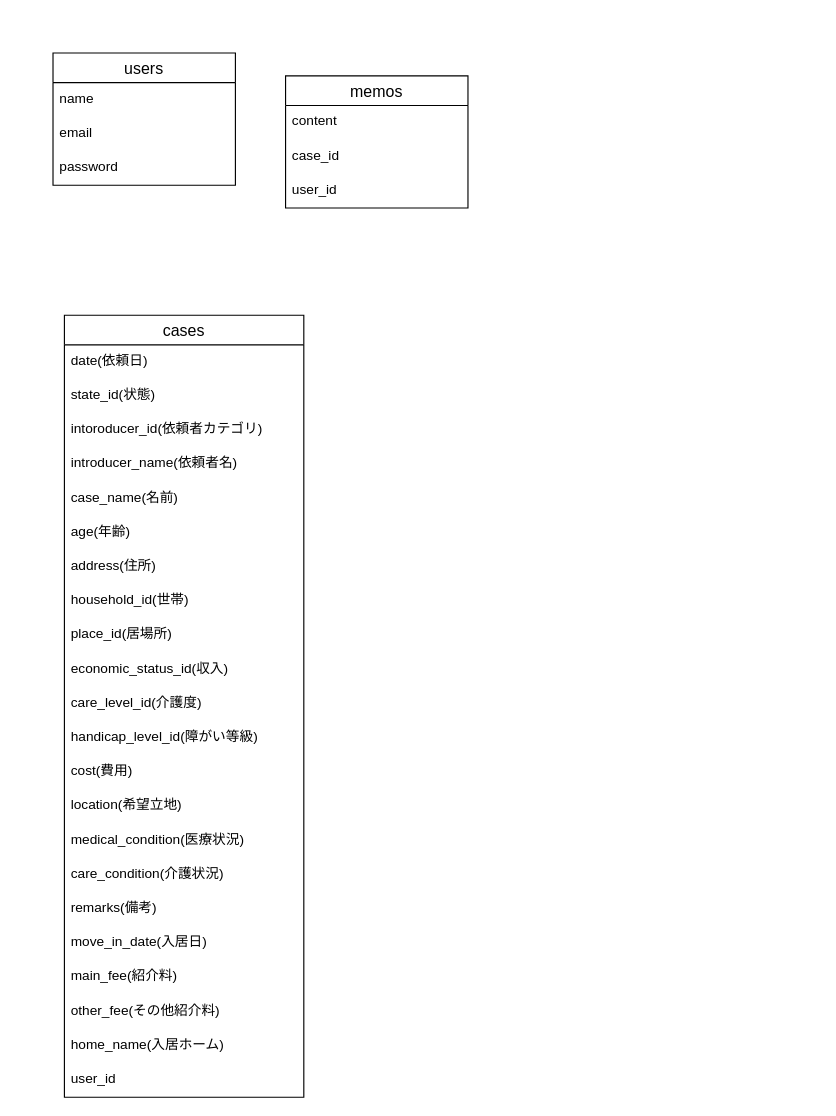
The draw.io diagram ER.dio in aya-tsubono/tough-managers, before the edit. Source tidied: cells renumbered, new cells numbered last; positions are measured from the earlier drawing's top-left corner, leaving out a move shared by most shapes. Both pictures are drawn from the tidied source at 114%, with x=0, y=0 at pixel (52, 52).
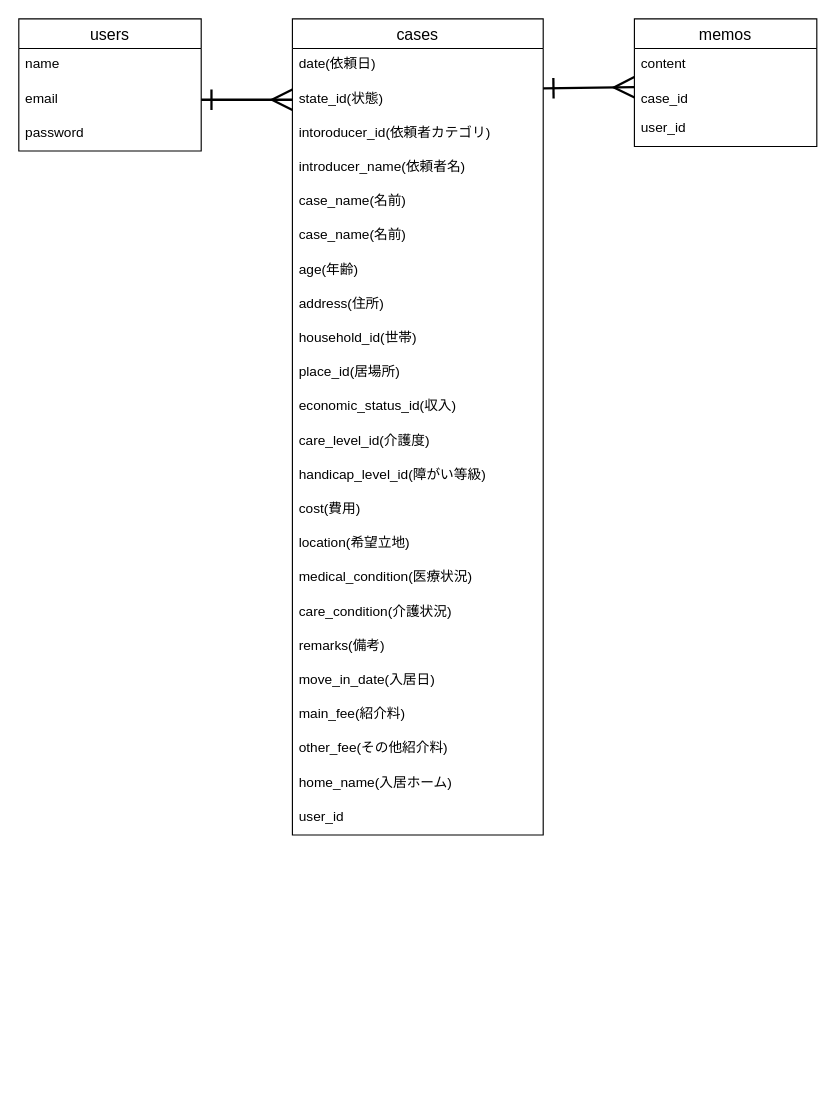
The same diagram, later.

Commit message:
アソシエーションの追加

The change refers to these unchanged cells:
```xml
<mxCell id="4" value="email" style="text;strokeColor=none;fillColor=none;spacingLeft=4;spacingRight=4;overflow=hidden;points=[[0,0.5],[1,0.5]];portConstraint=eastwest;fontSize=12;" parent="2" vertex="1">
  <mxGeometry y="56" width="160" height="30" as="geometry" />
</mxCell>
```

Change to the diagram source:
```diff
@@
     <mxCell id="2" value="users" style="swimlane;fontStyle=0;horizontal=1;startSize=26;align=center;fontSize=14;" parent="1" vertex="1">
-      <mxGeometry width="160" height="116" as="geometry" />
+      <mxGeometry x="-30" y="-30" width="160" height="116" as="geometry" />
     </mxCell>
@@
     <mxCell id="6" value="cases" style="swimlane;fontStyle=0;horizontal=1;startSize=26;align=center;fontSize=14;" parent="1" vertex="1">
-      <mxGeometry x="10" y="230" width="210" height="686" as="geometry" />
+      <mxGeometry x="210" y="-30" width="220" height="716" as="geometry" />
     </mxCell>
     <mxCell id="7" value="date(依頼日)" style="text;strokeColor=none;fillColor=none;spacingLeft=4;spacingRight=4;overflow=hidden;fontSize=12;" parent="6" vertex="1">
-      <mxGeometry y="26" width="210" height="30" as="geometry" />
+      <mxGeometry y="26" width="220" height="30" as="geometry" />
     </mxCell>
     <mxCell id="8" value="state_id(状態)" style="text;strokeColor=none;fillColor=none;spacingLeft=4;spacingRight=4;overflow=hidden;points=[[0,0.5],[1,0.5]];portConstraint=eastwest;fontSize=12;" parent="6" vertex="1">
-      <mxGeometry y="56" width="210" height="30" as="geometry" />
+      <mxGeometry y="56" width="220" height="30" as="geometry" />
     </mxCell>
     <mxCell id="9" value="intoroducer_id(依頼者カテゴリ)" style="text;strokeColor=none;fillColor=none;spacingLeft=4;spacingRight=4;overflow=hidden;fontSize=12;" parent="6" vertex="1">
-      <mxGeometry y="86" width="210" height="30" as="geometry" />
+      <mxGeometry y="86" width="220" height="30" as="geometry" />
     </mxCell>
     <mxCell id="10" value="introducer_name(依頼者名)" style="text;strokeColor=none;fillColor=none;spacingLeft=4;spacingRight=4;overflow=hidden;fontSize=12;" parent="6" vertex="1">
-      <mxGeometry y="116" width="210" height="30" as="geometry" />
+      <mxGeometry y="116" width="220" height="30" as="geometry" />
     </mxCell>
+    <mxCell id="33" value="case_name(名前)" style="text;strokeColor=none;fillColor=none;spacingLeft=4;spacingRight=4;overflow=hidden;fontSize=12;" parent="6" vertex="1">
+      <mxGeometry y="146" width="220" height="30" as="geometry" />
+    </mxCell>
     <mxCell id="11" value="case_name(名前)" style="text;strokeColor=none;fillColor=none;spacingLeft=4;spacingRight=4;overflow=hidden;fontSize=12;" parent="6" vertex="1">
-      <mxGeometry y="146" width="210" height="30" as="geometry" />
+      <mxGeometry y="176" width="220" height="30" as="geometry" />
     </mxCell>
     <mxCell id="12" value="age(年齢)" style="text;strokeColor=none;fillColor=none;spacingLeft=4;spacingRight=4;overflow=hidden;fontSize=12;" parent="6" vertex="1">
-      <mxGeometry y="176" width="210" height="30" as="geometry" />
+      <mxGeometry y="206" width="220" height="30" as="geometry" />
     </mxCell>
     <mxCell id="13" value="address(住所)" style="text;strokeColor=none;fillColor=none;spacingLeft=4;spacingRight=4;overflow=hidden;fontSize=12;" parent="6" vertex="1">
-      <mxGeometry y="206" width="210" height="30" as="geometry" />
+      <mxGeometry y="236" width="220" height="30" as="geometry" />
     </mxCell>
     <mxCell id="14" value="household_id(世帯)" style="text;strokeColor=none;fillColor=none;spacingLeft=4;spacingRight=4;overflow=hidden;fontSize=12;" parent="6" vertex="1">
-      <mxGeometry y="236" width="210" height="30" as="geometry" />
+      <mxGeometry y="266" width="220" height="30" as="geometry" />
     </mxCell>
     <mxCell id="15" value="place_id(居場所)" style="text;strokeColor=none;fillColor=none;spacingLeft=4;spacingRight=4;overflow=hidden;fontSize=12;" parent="6" vertex="1">
-      <mxGeometry y="266" width="210" height="30" as="geometry" />
+      <mxGeometry y="296" width="220" height="30" as="geometry" />
     </mxCell>
     <mxCell id="16" value="economic_status_id(収入)" style="text;strokeColor=none;fillColor=none;spacingLeft=4;spacingRight=4;overflow=hidden;fontSize=12;" parent="6" vertex="1">
-      <mxGeometry y="296" width="210" height="30" as="geometry" />
+      <mxGeometry y="326" width="220" height="30" as="geometry" />
     </mxCell>
     <mxCell id="17" value="care_level_id(介護度)" style="text;strokeColor=none;fillColor=none;spacingLeft=4;spacingRight=4;overflow=hidden;fontSize=12;" parent="6" vertex="1">
-      <mxGeometry y="326" width="210" height="30" as="geometry" />
+      <mxGeometry y="356" width="220" height="30" as="geometry" />
     </mxCell>
     <mxCell id="18" value="handicap_level_id(障がい等級)" style="text;strokeColor=none;fillColor=none;spacingLeft=4;spacingRight=4;overflow=hidden;fontSize=12;" parent="6" vertex="1">
-      <mxGeometry y="356" width="210" height="30" as="geometry" />
+      <mxGeometry y="386" width="220" height="30" as="geometry" />
     </mxCell>
     <mxCell id="19" value="cost(費用)" style="text;strokeColor=none;fillColor=none;spacingLeft=4;spacingRight=4;overflow=hidden;fontSize=12;" parent="6" vertex="1">
-      <mxGeometry y="386" width="210" height="30" as="geometry" />
+      <mxGeometry y="416" width="220" height="30" as="geometry" />
     </mxCell>
     <mxCell id="20" value="location(希望立地)" style="text;strokeColor=none;fillColor=none;spacingLeft=4;spacingRight=4;overflow=hidden;fontSize=12;fontStyle=0;" parent="6" vertex="1">
-      <mxGeometry y="416" width="210" height="30" as="geometry" />
+      <mxGeometry y="446" width="220" height="30" as="geometry" />
     </mxCell>
     <mxCell id="21" value="medical_condition(医療状況)" style="text;strokeColor=none;fillColor=none;spacingLeft=4;spacingRight=4;overflow=hidden;fontSize=12;fontStyle=0;" parent="6" vertex="1">
-      <mxGeometry y="446" width="210" height="30" as="geometry" />
+      <mxGeometry y="476" width="220" height="30" as="geometry" />
     </mxCell>
     <mxCell id="22" value="care_condition(介護状況)" style="text;strokeColor=none;fillColor=none;spacingLeft=4;spacingRight=4;overflow=hidden;fontSize=12;fontStyle=0;" parent="6" vertex="1">
-      <mxGeometry y="476" width="210" height="30" as="geometry" />
+      <mxGeometry y="506" width="220" height="30" as="geometry" />
     </mxCell>
     <mxCell id="23" value="remarks(備考)" style="text;strokeColor=none;fillColor=none;spacingLeft=4;spacingRight=4;overflow=hidden;fontSize=12;fontStyle=0;" parent="6" vertex="1">
-      <mxGeometry y="506" width="210" height="30" as="geometry" />
+      <mxGeometry y="536" width="220" height="30" as="geometry" />
     </mxCell>
     <mxCell id="24" value="move_in_date(入居日)" style="text;strokeColor=none;fillColor=none;spacingLeft=4;spacingRight=4;overflow=hidden;fontSize=12;fontStyle=0;" parent="6" vertex="1">
-      <mxGeometry y="536" width="210" height="30" as="geometry" />
+      <mxGeometry y="566" width="220" height="30" as="geometry" />
     </mxCell>
     <mxCell id="25" value="main_fee(紹介料)" style="text;strokeColor=none;fillColor=none;spacingLeft=4;spacingRight=4;overflow=hidden;fontSize=12;fontStyle=0;" parent="6" vertex="1">
-      <mxGeometry y="566" width="210" height="30" as="geometry" />
+      <mxGeometry y="596" width="220" height="30" as="geometry" />
     </mxCell>
     <mxCell id="26" value="other_fee(その他紹介料)" style="text;strokeColor=none;fillColor=none;spacingLeft=4;spacingRight=4;overflow=hidden;fontSize=12;fontStyle=0;" parent="6" vertex="1">
-      <mxGeometry y="596" width="210" height="30" as="geometry" />
+      <mxGeometry y="626" width="220" height="30" as="geometry" />
     </mxCell>
     <mxCell id="27" value="home_name(入居ホーム)" style="text;strokeColor=none;fillColor=none;spacingLeft=4;spacingRight=4;overflow=hidden;fontSize=12;fontStyle=0;" parent="6" vertex="1">
-      <mxGeometry y="626" width="210" height="30" as="geometry" />
+      <mxGeometry y="656" width="220" height="30" as="geometry" />
     </mxCell>
     <mxCell id="28" value="user_id" style="text;strokeColor=none;fillColor=none;spacingLeft=4;spacingRight=4;overflow=hidden;fontSize=12;fontStyle=0;" parent="6" vertex="1">
-      <mxGeometry y="656" width="210" height="30" as="geometry" />
+      <mxGeometry y="686" width="220" height="30" as="geometry" />
     </mxCell>
     <mxCell id="29" value="memos" style="swimlane;fontStyle=0;horizontal=1;startSize=26;align=center;fontSize=14;" parent="1" vertex="1">
-      <mxGeometry x="204" y="20" width="160" height="116" as="geometry" />
+      <mxGeometry x="510" y="-30" width="160" height="112" as="geometry" />
     </mxCell>
@@
     <mxCell id="31" value="case_id" style="text;strokeColor=none;fillColor=none;spacingLeft=4;spacingRight=4;overflow=hidden;fontSize=12;" parent="29" vertex="1">
-      <mxGeometry y="56" width="160" height="30" as="geometry" />
+      <mxGeometry y="56" width="160" height="26" as="geometry" />
     </mxCell>
     <mxCell id="32" value="user_id" style="text;strokeColor=none;fillColor=none;spacingLeft=4;spacingRight=4;overflow=hidden;fontSize=12;" parent="29" vertex="1">
-      <mxGeometry y="86" width="160" height="30" as="geometry" />
+      <mxGeometry y="82" width="160" height="30" as="geometry" />
     </mxCell>
+    <mxCell id="34" style="edgeStyle=none;html=1;exitX=1;exitY=0.5;exitDx=0;exitDy=0;entryX=0;entryY=0.5;entryDx=0;entryDy=0;startArrow=ERone;startFill=0;endArrow=ERmany;endFill=0;strokeWidth=2;targetPerimeterSpacing=0;endSize=15;startSize=15;" parent="1" edge="1" source="4" target="8">
+      <mxGeometry relative="1" as="geometry">
+        <Array as="points">
+          <mxPoint x="180" y="41" />
+        </Array>
+      </mxGeometry>
+    </mxCell>
+    <mxCell id="35" style="edgeStyle=none;html=1;exitX=1;exitY=0.167;exitDx=0;exitDy=0;startArrow=ERone;startFill=0;endArrow=ERmany;endFill=0;strokeWidth=2;targetPerimeterSpacing=0;endSize=15;startSize=15;exitPerimeter=0;" parent="1" edge="1" source="8">
+      <mxGeometry relative="1" as="geometry">
+        <mxPoint x="510" y="30" as="targetPoint" />
+      </mxGeometry>
+    </mxCell>
```
